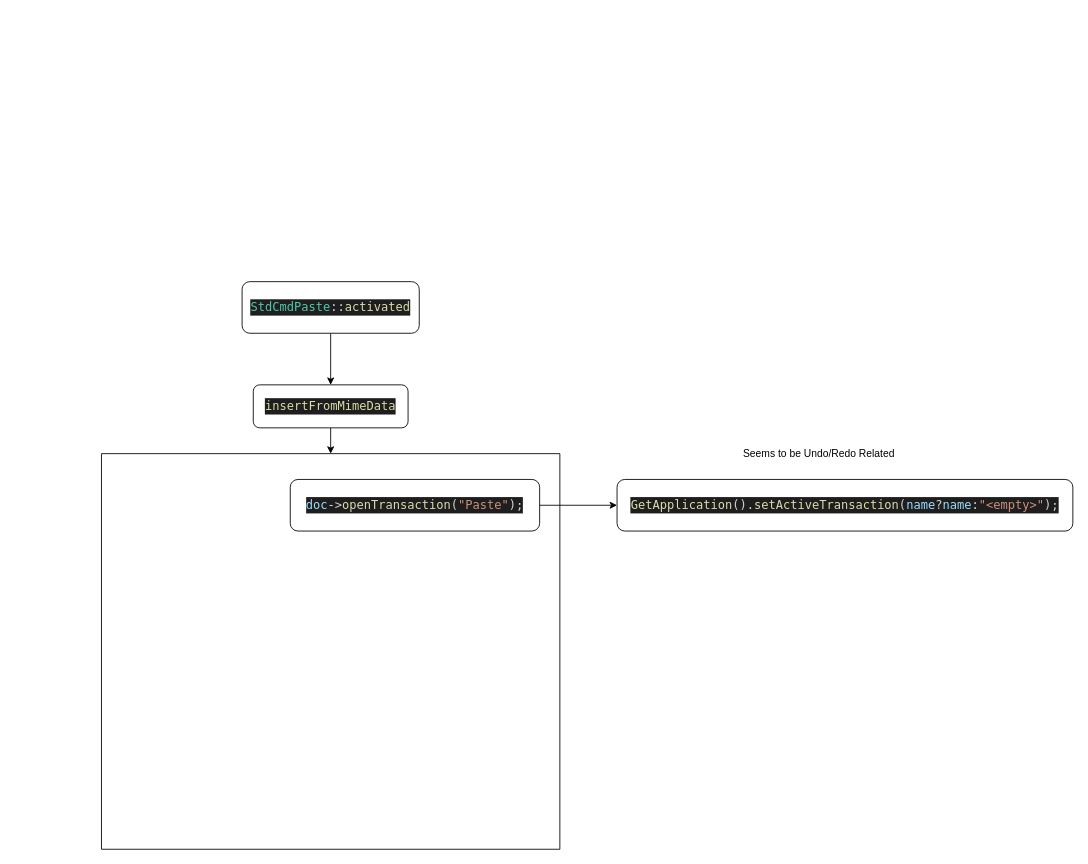
This is CopyPaste Functionality.drawio from CaptainGector/FreeCAD-Learning, a draw.io file, before an edit. Source tidied: cells renumbered, new cells numbered last; positions are measured from the earlier drawing's top-left corner, leaving out a move shared by most shapes. Both pictures are drawn from the tidied source at 86%, with x=0, y=0 at pixel (101, 281).
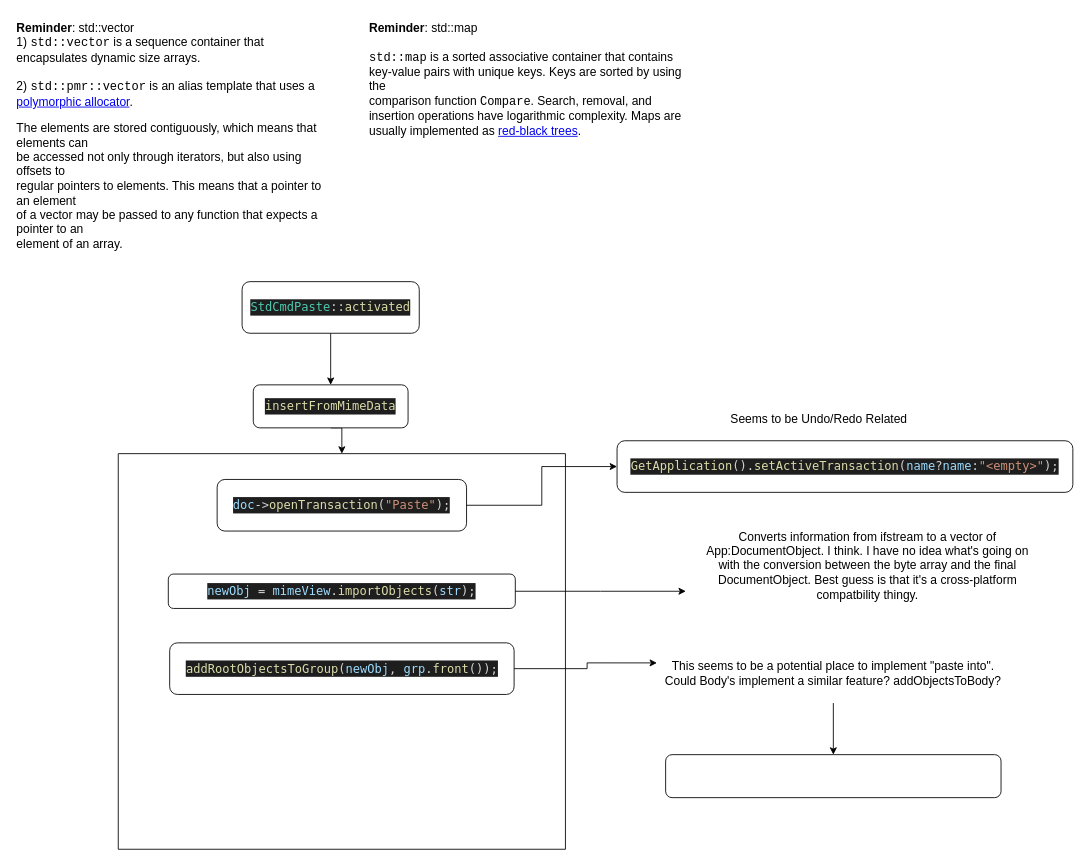
The same page after the edit.

What changed in the source:
```diff
@@
     <mxCell id="6" style="swimlane;startSize=0;" parent="1" vertex="1">
-      <mxGeometry x="0.5" y="200" width="533" height="460" as="geometry" />
+      <mxGeometry x="20" y="200" width="520" height="460" as="geometry" />
     </mxCell>
     <mxCell id="7" value="&lt;div style=&quot;color: rgb(212, 212, 212); background-color: rgb(30, 30, 30); font-family: &amp;quot;Droid Sans Mono&amp;quot;, &amp;quot;monospace&amp;quot;, monospace; font-weight: normal; font-size: 14px; line-height: 19px;&quot;&gt;&lt;div&gt;&lt;span style=&quot;color: #9cdcfe;&quot;&gt;doc&lt;/span&gt;&lt;span style=&quot;color: #d4d4d4;&quot;&gt;-&amp;gt;&lt;/span&gt;&lt;span style=&quot;color: #dcdcaa;&quot;&gt;openTransaction&lt;/span&gt;&lt;span style=&quot;color: #d4d4d4;&quot;&gt;(&lt;/span&gt;&lt;span style=&quot;color: #ce9178;&quot;&gt;&quot;Paste&quot;&lt;/span&gt;&lt;span style=&quot;color: #d4d4d4;&quot;&gt;);&lt;/span&gt;&lt;/div&gt;&lt;/div&gt;" style="rounded=1;whiteSpace=wrap;html=1;" parent="6" vertex="1">
-      <mxGeometry x="219.5" y="30" width="290" height="60" as="geometry" />
+      <mxGeometry x="115" y="30" width="290" height="60" as="geometry" />
     </mxCell>
+    <mxCell id="11" value="&lt;div style=&quot;color: rgb(212, 212, 212); background-color: rgb(30, 30, 30); font-family: &amp;quot;Droid Sans Mono&amp;quot;, &amp;quot;monospace&amp;quot;, monospace; font-weight: normal; font-size: 14px; line-height: 19px;&quot;&gt;&lt;div&gt;&lt;span style=&quot;color: #dcdcaa;&quot;&gt;addRootObjectsToGroup&lt;/span&gt;&lt;span style=&quot;color: #d4d4d4;&quot;&gt;(&lt;/span&gt;&lt;span style=&quot;color: #9cdcfe;&quot;&gt;newObj&lt;/span&gt;&lt;span style=&quot;color: #d4d4d4;&quot;&gt;, &lt;/span&gt;&lt;span style=&quot;color: #9cdcfe;&quot;&gt;grp&lt;/span&gt;&lt;span style=&quot;color: #d4d4d4;&quot;&gt;.&lt;/span&gt;&lt;span style=&quot;color: #dcdcaa;&quot;&gt;front&lt;/span&gt;&lt;span style=&quot;color: #d4d4d4;&quot;&gt;());&lt;/span&gt;&lt;/div&gt;&lt;/div&gt;" style="rounded=1;whiteSpace=wrap;html=1;fontSize=14;" parent="6" vertex="1">
+      <mxGeometry x="59.8" y="220" width="400.5" height="60" as="geometry" />
+    </mxCell>
+    <mxCell id="12" value="&lt;div style=&quot;color: rgb(212, 212, 212); background-color: rgb(30, 30, 30); font-family: &amp;quot;Droid Sans Mono&amp;quot;, &amp;quot;monospace&amp;quot;, monospace; font-weight: normal; font-size: 14px; line-height: 19px;&quot;&gt;&lt;div&gt;&lt;span style=&quot;color: #9cdcfe;&quot;&gt;newObj&lt;/span&gt;&lt;span style=&quot;color: #d4d4d4;&quot;&gt; = &lt;/span&gt;&lt;span style=&quot;color: #9cdcfe;&quot;&gt;mimeView&lt;/span&gt;&lt;span style=&quot;color: #d4d4d4;&quot;&gt;.&lt;/span&gt;&lt;span style=&quot;color: #dcdcaa;&quot;&gt;importObjects&lt;/span&gt;&lt;span style=&quot;color: #d4d4d4;&quot;&gt;(&lt;/span&gt;&lt;span style=&quot;color: #9cdcfe;&quot;&gt;str&lt;/span&gt;&lt;span style=&quot;color: #d4d4d4;&quot;&gt;);&lt;/span&gt;&lt;/div&gt;&lt;/div&gt;" style="rounded=1;whiteSpace=wrap;html=1;fontSize=14;" parent="6" vertex="1">
+      <mxGeometry x="58.2" y="140" width="403.5" height="40" as="geometry" />
+    </mxCell>
     <mxCell id="8" value="&lt;div style=&quot;color: rgb(212, 212, 212); background-color: rgb(30, 30, 30); font-family: &amp;quot;Droid Sans Mono&amp;quot;, &amp;quot;monospace&amp;quot;, monospace; font-weight: normal; font-size: 14px; line-height: 19px;&quot;&gt;&lt;div&gt;&lt;span style=&quot;color: #dcdcaa;&quot;&gt;GetApplication&lt;/span&gt;&lt;span style=&quot;color: #d4d4d4;&quot;&gt;().&lt;/span&gt;&lt;span style=&quot;color: #dcdcaa;&quot;&gt;setActiveTransaction&lt;/span&gt;&lt;span style=&quot;color: #d4d4d4;&quot;&gt;(&lt;/span&gt;&lt;span style=&quot;color: #9cdcfe;&quot;&gt;name&lt;/span&gt;&lt;span style=&quot;color: #d4d4d4;&quot;&gt;?&lt;/span&gt;&lt;span style=&quot;color: #9cdcfe;&quot;&gt;name&lt;/span&gt;&lt;span style=&quot;color: #d4d4d4;&quot;&gt;:&lt;/span&gt;&lt;span style=&quot;color: #ce9178;&quot;&gt;&quot;&amp;lt;empty&amp;gt;&quot;&lt;/span&gt;&lt;span style=&quot;color: #d4d4d4;&quot;&gt;);&lt;/span&gt;&lt;/div&gt;&lt;/div&gt;" style="rounded=1;whiteSpace=wrap;html=1;" parent="1" vertex="1">
-      <mxGeometry x="600" y="230" width="530" height="60" as="geometry" />
+      <mxGeometry x="600" y="185" width="530" height="60" as="geometry" />
     </mxCell>
@@
-    <mxCell id="10" value="Seems to be Undo/Redo Related" style="text;html=1;strokeColor=none;fillColor=none;align=center;verticalAlign=middle;whiteSpace=wrap;rounded=0;" parent="1" vertex="1">
-      <mxGeometry x="650" y="180" width="370" height="40" as="geometry" />
+    <mxCell id="10" value="Seems to be Undo/Redo Related" style="text;html=1;strokeColor=none;fillColor=none;align=center;verticalAlign=middle;whiteSpace=wrap;rounded=0;fontSize=14;" parent="1" vertex="1">
+      <mxGeometry x="650" y="140" width="370" height="40" as="geometry" />
     </mxCell>
+    <mxCell id="13" style="edgeStyle=orthogonalEdgeStyle;rounded=0;jettySize=auto;html=1;exitX=1;exitY=0.5;exitDx=0;exitDy=0;fontSize=14;" parent="1" edge="1" source="12">
+      <mxGeometry relative="1" as="geometry">
+        <mxPoint x="680" y="360" as="targetPoint" />
+      </mxGeometry>
+    </mxCell>
+    <mxCell id="14" value="Converts information from ifstream to a vector of App:DocumentObject. I think. I have no idea what's going on with the conversion between the byte array and the final DocumentObject. Best guess is that it's a cross-platform compatbility thingy." style="text;html=1;strokeColor=none;fillColor=none;align=center;verticalAlign=middle;whiteSpace=wrap;rounded=0;fontSize=14;" parent="1" vertex="1">
+      <mxGeometry x="690" y="270" width="403" height="120" as="geometry" />
+    </mxCell>
+    <mxCell id="15" style="edgeStyle=orthogonalEdgeStyle;rounded=0;jettySize=auto;html=1;exitX=0.5;exitY=1;exitDx=0;exitDy=0;entryX=0.5;entryY=0;entryDx=0;entryDy=0;fontSize=14;" parent="1" edge="1" source="16" target="18">
+      <mxGeometry relative="1" as="geometry" />
+    </mxCell>
+    <mxCell id="16" value="This seems to be a potential place to implement &quot;paste into&quot;. Could Body's implement a similar feature? addObjectsToBody? " style="text;html=1;strokeColor=none;fillColor=none;align=center;verticalAlign=middle;whiteSpace=wrap;rounded=0;fontSize=14;" parent="1" vertex="1">
+      <mxGeometry x="650" y="420" width="403" height="70" as="geometry" />
+    </mxCell>
+    <mxCell id="17" style="edgeStyle=orthogonalEdgeStyle;rounded=0;jettySize=auto;html=1;exitX=1;exitY=0.5;exitDx=0;exitDy=0;entryX=-0.009;entryY=0.333;entryDx=0;entryDy=0;entryPerimeter=0;fontSize=14;" parent="1" edge="1" source="11" target="16">
+      <mxGeometry relative="1" as="geometry" />
+    </mxCell>
+    <mxCell id="18" style="rounded=1;whiteSpace=wrap;html=1;fontSize=14;" parent="1" vertex="1">
+      <mxGeometry x="656.5" y="550" width="390" height="50" as="geometry" />
+    </mxCell>
+    <mxCell id="19" value="&lt;div&gt;&lt;b&gt;Reminder&lt;/b&gt;: std::vector&lt;/div&gt;&lt;div&gt;&lt;div class=&quot;t-li1&quot;&gt;&lt;span class=&quot;t-li&quot;&gt;1)&lt;/span&gt; &lt;code&gt;std::vector&lt;/code&gt; is a sequence container that encapsulates dynamic size arrays.&lt;/div&gt;&lt;br&gt;&lt;div class=&quot;t-li1&quot;&gt;&lt;span class=&quot;t-li&quot;&gt;2)&lt;/span&gt; &lt;code&gt;std::pmr::vector&lt;/code&gt; is an alias template that uses a &lt;a title=&quot;cpp/memory/polymorphic allocator&quot; href=&quot;https://en.cppreference.com/w/cpp/memory/polymorphic_allocator&quot;&gt;polymorphic allocator&lt;/a&gt;.&lt;/div&gt;&lt;p&gt;The elements are stored contiguously, which means that elements can &lt;br&gt;be accessed not only through iterators, but also using offsets to &lt;br&gt;regular pointers to elements. This means that  a pointer to an element &lt;br&gt;of a vector may be passed to any function that expects a pointer to an &lt;br&gt;element of an array.&lt;br&gt;&lt;/p&gt;&lt;/div&gt;" style="text;html=1;strokeColor=none;fillColor=none;align=left;verticalAlign=top;whiteSpace=wrap;rounded=0;fontSize=14;labelPosition=center;verticalLabelPosition=middle;" parent="1" vertex="1">
+      <mxGeometry x="-100" y="-310" width="366" height="300" as="geometry" />
+    </mxCell>
+    <mxCell id="20" value="&lt;div&gt;&lt;b&gt;Reminder&lt;/b&gt;: std::map&lt;br&gt;&lt;/div&gt;&lt;div&gt;&lt;br&gt;&lt;/div&gt;&lt;div&gt;&lt;code&gt;std::map&lt;/code&gt; is a sorted associative container that contains &lt;br&gt;key-value pairs with unique keys. Keys are sorted by using the &lt;br&gt;comparison function &lt;code&gt;Compare&lt;/code&gt;.  Search, removal, and insertion operations have logarithmic complexity. Maps are usually implemented as &lt;a title=&quot;enwiki:Red–black tree&quot; class=&quot;extiw&quot; href=&quot;https://en.wikipedia.org/wiki/Red%E2%80%93black_tree&quot;&gt;red-black trees&lt;/a&gt;.&lt;br&gt;&lt;/div&gt;" style="text;html=1;strokeColor=none;fillColor=none;align=left;verticalAlign=top;whiteSpace=wrap;rounded=0;fontSize=14;labelPosition=center;verticalLabelPosition=middle;" parent="1" vertex="1">
+      <mxGeometry x="310" y="-310" width="366" height="90" as="geometry" />
+    </mxCell>
```
